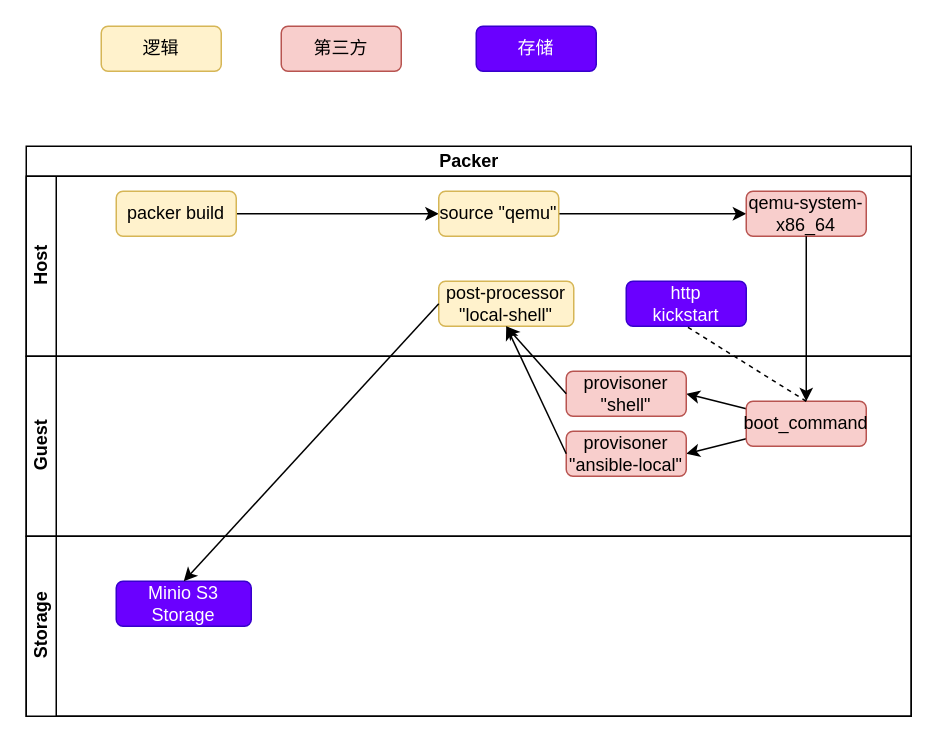
ShaoOrg/bulletin keeps this draw.io diagram as page "Packer" (1 of 4) of docs/tips/drawio/packer.drawio. Above is the earlier version. Source tidied: cells renumbered, new cells numbered last; positions are measured from the earlier drawing's top-left corner, leaving out a move shared by most shapes. Both pictures are drawn from the tidied source at 150%, with x=0, y=0 at pixel (26, 26).
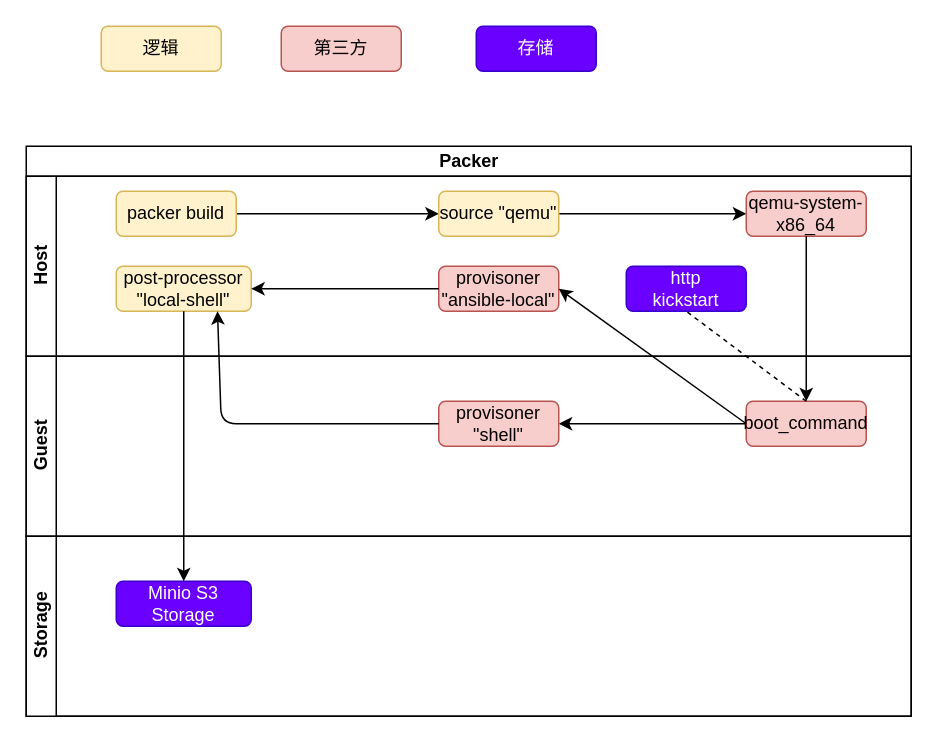
After the change.

The change refers to these unchanged cells:
```xml
<mxCell id="2" value="Packer" style="swimlane;horizontal=1;startSize=20;html=1;" parent="1" vertex="1">
  <mxGeometry y="80" width="590" height="380" as="geometry" />
</mxCell>
<mxCell id="3" value="Host" style="swimlane;startSize=20;horizontal=0;html=1;" parent="2" vertex="1">
  <mxGeometry y="20" width="590" height="120" as="geometry" />
</mxCell>
<mxCell id="11" value="Guest" style="swimlane;startSize=20;horizontal=0;html=1;" parent="2" vertex="1">
  <mxGeometry y="140" width="590" height="120" as="geometry" />
</mxCell>
<mxCell id="14" value="boot_command" style="rounded=1;whiteSpace=wrap;html=1;fillColor=#f8cecc;strokeColor=#b85450;" parent="11" vertex="1">
  <mxGeometry x="480" y="30" width="80" height="30" as="geometry" />
</mxCell>
<mxCell id="18" value="Minio S3 Storage" style="rounded=1;whiteSpace=wrap;html=1;fillColor=#6a00ff;strokeColor=#3700CC;fontColor=#ffffff;" parent="17" vertex="1">
  <mxGeometry x="60" y="30" width="90" height="30" as="geometry" />
</mxCell>
```

Diff of the diagram source:
```diff
@@
     <mxCell id="9" value="post-processor &quot;local-shell&quot;" style="rounded=1;whiteSpace=wrap;html=1;fillColor=#fff2cc;strokeColor=#d6b656;" parent="3" vertex="1">
-      <mxGeometry x="275" y="70" width="90" height="30" as="geometry" />
+      <mxGeometry x="60" y="60" width="90" height="30" as="geometry" />
     </mxCell>
     <mxCell id="10" value="http&lt;br&gt;kickstart" style="rounded=1;whiteSpace=wrap;html=1;fillColor=#6a00ff;strokeColor=#3700CC;fontColor=#ffffff;" parent="3" vertex="1">
-      <mxGeometry x="400" y="70" width="80" height="30" as="geometry" />
+      <mxGeometry x="400" y="60" width="80" height="30" as="geometry" />
     </mxCell>
+    <mxCell id="16" value="provisoner &quot;ansible-local&quot;" style="rounded=1;whiteSpace=wrap;html=1;fillColor=#f8cecc;strokeColor=#b85450;" parent="3" vertex="1">
+      <mxGeometry x="275" y="60" width="80" height="30" as="geometry" />
+    </mxCell>
+    <mxCell id="21" style="edgeStyle=none;html=1;exitX=0;exitY=0.5;exitDx=0;exitDy=0;entryX=1;entryY=0.5;entryDx=0;entryDy=0;" parent="3" edge="1" source="16" target="9">
+      <mxGeometry relative="1" as="geometry" />
+    </mxCell>
@@
-    <mxCell id="13" style="edgeStyle=none;html=1;entryX=1;entryY=0.5;entryDx=0;entryDy=0;" parent="11" edge="1" source="14" target="16">
-      <mxGeometry relative="1" as="geometry" />
-    </mxCell>
@@
     <mxCell id="15" value="provisoner &quot;shell&quot;" style="rounded=1;whiteSpace=wrap;html=1;fillColor=#f8cecc;strokeColor=#b85450;" parent="11" vertex="1">
-      <mxGeometry x="360" y="10" width="80" height="30" as="geometry" />
+      <mxGeometry x="275" y="30" width="80" height="30" as="geometry" />
     </mxCell>
-    <mxCell id="16" value="provisoner &quot;ansible-local&quot;" style="rounded=1;whiteSpace=wrap;html=1;fillColor=#f8cecc;strokeColor=#b85450;" parent="11" vertex="1">
-      <mxGeometry x="360" y="50" width="80" height="30" as="geometry" />
-    </mxCell>
@@
-    <mxCell id="20" style="edgeStyle=none;html=1;entryX=0.5;entryY=1;entryDx=0;entryDy=0;exitX=0;exitY=0.5;exitDx=0;exitDy=0;" parent="2" edge="1" source="15" target="9">
-      <mxGeometry relative="1" as="geometry" />
+    <mxCell id="20" style="edgeStyle=none;html=1;entryX=0.75;entryY=1;entryDx=0;entryDy=0;exitX=0;exitY=0.5;exitDx=0;exitDy=0;" parent="2" edge="1" source="15" target="9">
+      <mxGeometry relative="1" as="geometry">
+        <Array as="points">
+          <mxPoint x="130" y="185" />
+        </Array>
+      </mxGeometry>
     </mxCell>
-    <mxCell id="21" style="edgeStyle=none;html=1;exitX=0;exitY=0.5;exitDx=0;exitDy=0;entryX=0.5;entryY=1;entryDx=0;entryDy=0;" parent="2" edge="1" source="16" target="9">
-      <mxGeometry relative="1" as="geometry" />
-    </mxCell>
-    <mxCell id="22" style="edgeStyle=none;html=1;exitX=0;exitY=0.5;exitDx=0;exitDy=0;entryX=0.5;entryY=0;entryDx=0;entryDy=0;" parent="2" edge="1" source="9" target="18">
+    <mxCell id="22" style="edgeStyle=none;html=1;exitX=0.5;exitY=1;exitDx=0;exitDy=0;entryX=0.5;entryY=0;entryDx=0;entryDy=0;" parent="2" edge="1" source="9" target="18">
       <mxGeometry relative="1" as="geometry" />
     </mxCell>
@@
+    <mxCell id="13" style="edgeStyle=none;html=1;entryX=1;entryY=0.5;entryDx=0;entryDy=0;exitX=0;exitY=0.5;exitDx=0;exitDy=0;" parent="2" edge="1" source="14" target="16">
+      <mxGeometry relative="1" as="geometry" />
+    </mxCell>
```
